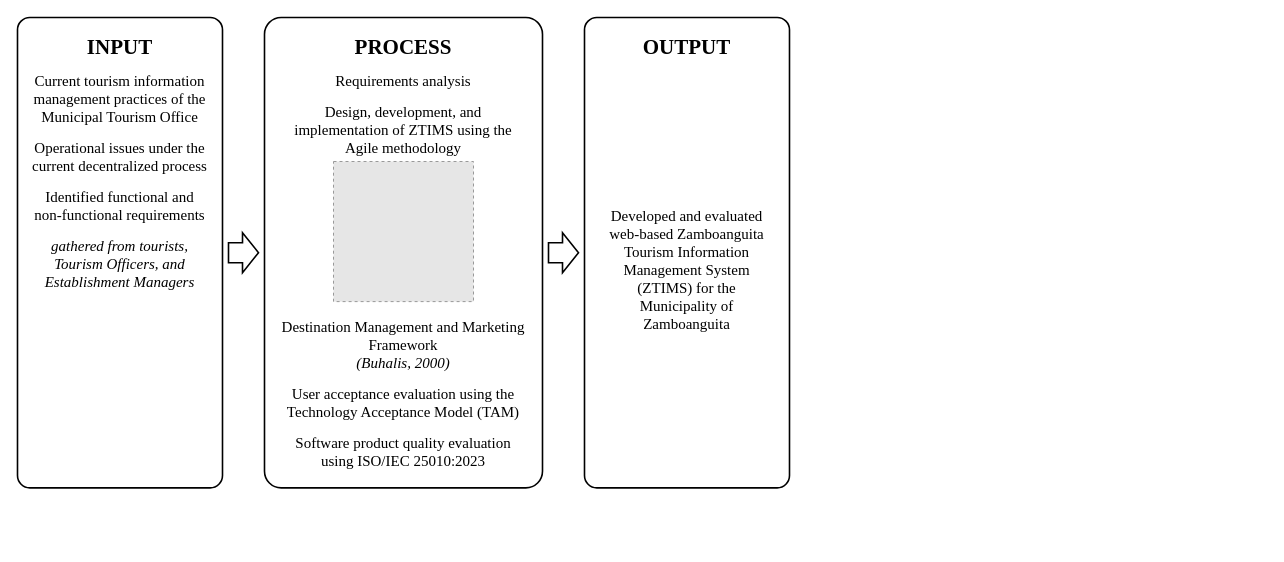
Earlier version of the draw.io diagram docs/diagrams/ztims-conceptual-framework.drawio (jefee0101/ZTIMS). Source tidied: cells renumbered, new cells numbered last; positions are measured from the earlier drawing's top-left corner, leaving out a move shared by most shapes. Both pictures are drawn from the tidied source at 100%, with x=0, y=0 at pixel (17, 17). Pictures stored in the file or linked from it are replaced by grey dashed boxes.
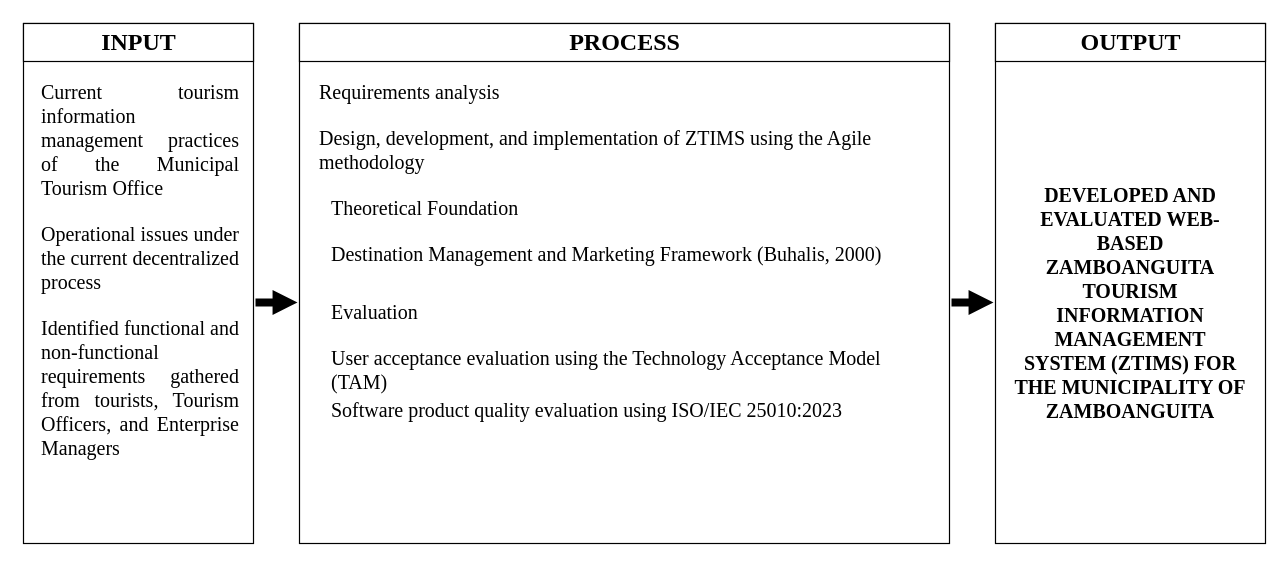
The same diagram, later.

Commit message (it also covers changes not shown here):
Conceptual framework in the Input-Process-Output format

Claude-Session: https://claude.ai/code/session_01KDNTRHj1XQUXovvpA1ypSB

The edit, as a diff of the source:
```diff
@@
 <mxGraphModel>
   <root>
     <mxCell id="0" />
     <mxCell id="1" parent="0" />
-    <mxCell id="2" style="rounded=1;arcSize=6;html=1;fillColor=#ffffff;strokeColor=#000000;strokeWidth=1.6;" parent="1" vertex="1">
-      <mxGeometry width="205" height="470.4" as="geometry" />
-    </mxCell>
+    <mxCell id="15" style="rounded=0;html=1;fillColor=#ffffff;strokeColor=#000000;strokeWidth=1.2;" parent="1" vertex="1">
+      <mxGeometry x="6" y="6" width="230" height="520" as="geometry" />
+    </mxCell>
-    <mxCell id="3" value="&lt;b&gt;INPUT&lt;/b&gt;" style="text;html=1;whiteSpace=wrap;align=center;verticalAlign=top;fontSize=21;spacing=0;fontFamily=Times New Roman;fontColor=#000000;" parent="1" vertex="1">
-      <mxGeometry y="13" width="205" height="25" as="geometry" />
+    <mxCell id="3" value="INPUT" style="rounded=0;html=1;fillColor=#ffffff;strokeColor=#000000;strokeWidth=1.2;fontStyle=1;fontSize=24;verticalAlign=middle;align=center;fontFamily=Times New Roman;fontColor=#000000;" parent="1" vertex="1">
+      <mxGeometry x="6" y="6" width="230" height="38" as="geometry" />
     </mxCell>
-    <mxCell id="4" style="rounded=1;arcSize=6;html=1;fillColor=#ffffff;strokeColor=#000000;strokeWidth=1.6;" parent="1" vertex="1">
-      <mxGeometry x="247" width="278" height="470.4" as="geometry" />
-    </mxCell>
+    <mxCell id="16" style="rounded=0;html=1;fillColor=#ffffff;strokeColor=#000000;strokeWidth=1.2;" parent="1" vertex="1">
+      <mxGeometry x="282" y="6" width="650" height="520" as="geometry" />
+    </mxCell>
-    <mxCell id="5" value="&lt;b&gt;PROCESS&lt;/b&gt;" style="text;html=1;whiteSpace=wrap;align=center;verticalAlign=top;fontSize=21;spacing=0;fontFamily=Times New Roman;fontColor=#000000;" parent="1" vertex="1">
-      <mxGeometry x="247" y="13" width="278" height="25" as="geometry" />
+    <mxCell id="5" value="PROCESS" style="rounded=0;html=1;fillColor=#ffffff;strokeColor=#000000;strokeWidth=1.2;fontStyle=1;fontSize=24;verticalAlign=middle;align=center;fontFamily=Times New Roman;fontColor=#000000;" parent="1" vertex="1">
+      <mxGeometry x="282" y="6" width="650" height="38" as="geometry" />
     </mxCell>
-    <mxCell id="6" style="rounded=1;arcSize=6;html=1;fillColor=#ffffff;strokeColor=#000000;strokeWidth=1.6;" parent="1" vertex="1">
-      <mxGeometry x="567" width="205" height="470.4" as="geometry" />
-    </mxCell>
+    <mxCell id="17" style="rounded=0;html=1;fillColor=#ffffff;strokeColor=#000000;strokeWidth=1.2;" parent="1" vertex="1">
+      <mxGeometry x="978" y="6" width="270" height="520" as="geometry" />
+    </mxCell>
-    <mxCell id="7" value="&lt;b&gt;OUTPUT&lt;/b&gt;" style="text;html=1;whiteSpace=wrap;align=center;verticalAlign=top;fontSize=21;spacing=0;fontFamily=Times New Roman;fontColor=#000000;" parent="1" vertex="1">
-      <mxGeometry x="567" y="13" width="205" height="25" as="geometry" />
+    <mxCell id="7" value="OUTPUT" style="rounded=0;html=1;fillColor=#ffffff;strokeColor=#000000;strokeWidth=1.2;fontStyle=1;fontSize=24;verticalAlign=middle;align=center;fontFamily=Times New Roman;fontColor=#000000;" parent="1" vertex="1">
+      <mxGeometry x="978" y="6" width="270" height="38" as="geometry" />
     </mxCell>
-    <mxCell id="8" value="&lt;div style=&quot;margin-bottom:13px&quot;&gt;Current tourism information management practices of the Municipal Tourism Office&lt;/div&gt;&lt;div style=&quot;margin-bottom:13px&quot;&gt;Operational issues under the current decentralized process&lt;/div&gt;&lt;div style=&quot;margin-bottom:13px&quot;&gt;Identified functional and non-functional requirements&lt;/div&gt;&lt;div style=&quot;margin-bottom:13px&quot;&gt;&lt;i&gt;gathered from tourists, Tourism Officers, and Establishment Managers&lt;/i&gt;&lt;/div&gt;" style="text;html=1;whiteSpace=wrap;align=center;verticalAlign=top;fontSize=15;spacing=0;fontFamily=Times New Roman;fontColor=#000000;" parent="1" vertex="1">
-      <mxGeometry x="15" y="50" width="175" height="226.5" as="geometry" />
-    </mxCell>
-    <mxCell id="9" value="&lt;div style=&quot;margin-bottom:13px&quot;&gt;Requirements analysis&lt;/div&gt;&lt;div style=&quot;margin-bottom:13px&quot;&gt;Design, development, and implementation of ZTIMS using the Agile methodology&lt;/div&gt;" style="text;html=1;whiteSpace=wrap;align=center;verticalAlign=top;fontSize=15;spacing=0;fontFamily=Times New Roman;fontColor=#000000;" parent="1" vertex="1">
-      <mxGeometry x="262" y="50" width="248" height="88" as="geometry" />
-    </mxCell>
-    <mxCell id="10" style="fillColor=#E6E6E6;strokeColor=#999999;dashed=1;html=1;" parent="1" vertex="1">
-      <mxGeometry x="316" y="144" width="140" height="140.1" as="geometry" />
-    </mxCell>
-    <mxCell id="11" value="&lt;div style=&quot;margin-bottom:13px&quot;&gt;Destination Management and Marketing Framework&lt;br&gt;&lt;i&gt;(Buhalis, 2000)&lt;/i&gt;&lt;/div&gt;&lt;div style=&quot;margin-bottom:13px&quot;&gt;User acceptance evaluation using the Technology Acceptance Model (TAM)&lt;/div&gt;&lt;div style=&quot;margin-bottom:13px&quot;&gt;Software product quality evaluation using ISO/IEC 25010:2023&lt;/div&gt;" style="text;html=1;whiteSpace=wrap;align=center;verticalAlign=top;fontSize=15;spacing=0;fontFamily=Times New Roman;fontColor=#000000;" parent="1" vertex="1">
-      <mxGeometry x="262" y="296.1" width="248" height="157.2" as="geometry" />
-    </mxCell>
-    <mxCell id="12" value="Developed and evaluated web-based Zamboanguita Tourism Information Management System (ZTIMS) for the Municipality of Zamboanguita" style="text;html=1;whiteSpace=wrap;align=center;verticalAlign=middle;fontSize=15;spacing=0;fontFamily=Times New Roman;fontColor=#000000;" parent="1" vertex="1">
-      <mxGeometry x="582" y="186" width="175" height="131.2" as="geometry" />
-    </mxCell>
-    <mxCell id="13" style="shape=singleArrow;html=1;arrowWidth=0.500;arrowSize=0.533;fillColor=#ffffff;strokeColor=#000000;strokeWidth=1.6;" parent="1" vertex="1">
-      <mxGeometry x="211" y="215.2" width="30" height="40" as="geometry" />
-    </mxCell>
-    <mxCell id="14" style="shape=singleArrow;html=1;arrowWidth=0.500;arrowSize=0.533;fillColor=#ffffff;strokeColor=#000000;strokeWidth=1.6;" parent="1" vertex="1">
-      <mxGeometry x="531" y="215.2" width="30" height="40" as="geometry" />
-    </mxCell>
+    <mxCell id="18" value="&lt;div style=&quot;text-align:justify;margin-bottom:22px&quot;&gt;Current tourism information management practices of the Municipal Tourism Office&lt;/div&gt;&lt;div style=&quot;text-align:justify;margin-bottom:22px&quot;&gt;Operational issues under the current decentralized process&lt;/div&gt;&lt;div style=&quot;text-align:justify;margin-bottom:22px&quot;&gt;Identified functional and non-functional requirements gathered from tourists, Tourism Officers, and Enterprise Managers&lt;/div&gt;" style="text;html=1;fillColor=none;strokeColor=none;whiteSpace=wrap;verticalAlign=top;spacing=0;fontSize=20;fontFamily=Times New Roman;fontColor=#000000;align=left;" parent="1" vertex="1">
+      <mxGeometry x="24" y="58" width="196" height="454" as="geometry" />
+    </mxCell>
+    <mxCell id="19" value="&lt;div style=&quot;margin-bottom:22px&quot;&gt;Requirements analysis&lt;/div&gt;&lt;div style=&quot;margin-bottom:22px&quot;&gt;Design, development, and implementation of ZTIMS using the Agile methodology&lt;/div&gt;&lt;div style=&quot;margin-left:12px;margin-bottom:22px;margin-top:10px&quot;&gt;Theoretical Foundation&lt;/div&gt;&lt;div style=&quot;margin-left:12px;margin-bottom:4px&quot;&gt;Destination Management and Marketing Framework (Buhalis, 2000)&lt;/div&gt;&lt;div style=&quot;margin-left:12px;margin-bottom:22px;margin-top:34px&quot;&gt;Evaluation&lt;/div&gt;&lt;div style=&quot;margin-left:12px;margin-bottom:4px&quot;&gt;User acceptance evaluation using the Technology Acceptance Model (TAM)&lt;/div&gt;&lt;div style=&quot;margin-left:12px;margin-bottom:4px&quot;&gt;Software product quality evaluation using ISO/IEC 25010:2023&lt;/div&gt;" style="text;html=1;fillColor=none;strokeColor=none;whiteSpace=wrap;verticalAlign=top;spacing=0;fontSize=20;fontFamily=Times New Roman;fontColor=#000000;align=left;" parent="1" vertex="1">
+      <mxGeometry x="302" y="58" width="620" height="454" as="geometry" />
+    </mxCell>
+    <mxCell id="20" value="DEVELOPED AND EVALUATED WEB-BASED ZAMBOANGUITA TOURISM INFORMATION MANAGEMENT SYSTEM (ZTIMS) FOR THE MUNICIPALITY OF ZAMBOANGUITA" style="text;html=1;fillColor=none;strokeColor=none;whiteSpace=wrap;align=center;verticalAlign=middle;spacing=0;fontSize=20;fontStyle=1;fontFamily=Times New Roman;fontColor=#000000;" parent="1" vertex="1">
+      <mxGeometry x="996" y="64" width="234" height="442" as="geometry" />
+    </mxCell>
+    <mxCell id="21" style="endArrow=block;endFill=1;endSize=4;html=1;strokeColor=#000000;strokeWidth=8;rounded=0;" parent="1" edge="1">
+      <mxGeometry relative="1" as="geometry">
+        <mxPoint x="238" y="285" as="sourcePoint" />
+        <mxPoint x="280" y="285" as="targetPoint" />
+      </mxGeometry>
+    </mxCell>
+    <mxCell id="22" style="endArrow=block;endFill=1;endSize=4;html=1;strokeColor=#000000;strokeWidth=8;rounded=0;" parent="1" edge="1">
+      <mxGeometry relative="1" as="geometry">
+        <mxPoint x="934" y="285" as="sourcePoint" />
+        <mxPoint x="976" y="285" as="targetPoint" />
+      </mxGeometry>
+    </mxCell>
   </root>
 </mxGraphModel>
```
